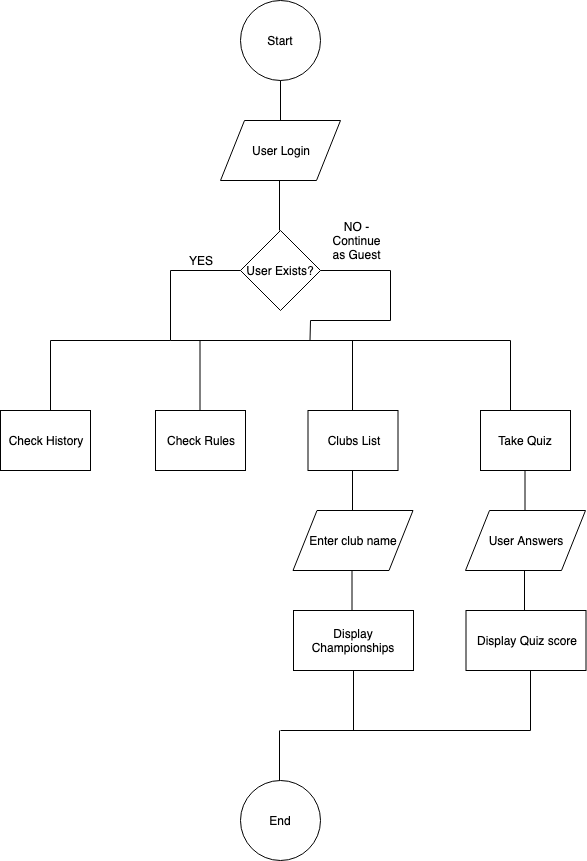
The draw.io diagram Flowchart.png in pankajpawar2/Footy-Terminal-App, before a commit. Source tidied: cells renumbered, new cells last; positions are measured from the earlier drawing's top-left corner, leaving out a move shared by most shapes. Source of this version:
```xml
<mxGraphModel>
  <root>
    <mxCell id="0" />
    <mxCell id="1" parent="0" />
    <mxCell id="2" value="Start" style="ellipse;whiteSpace=wrap;html=1;" parent="1" vertex="1">
      <mxGeometry x="240" width="80" height="80" as="geometry" />
    </mxCell>
    <mxCell id="3" style="endArrow=none;html=1;" parent="1" edge="1">
      <mxGeometry relative="1" as="geometry">
        <mxPoint x="280" y="120" as="sourcePoint" />
        <mxPoint x="280" y="80" as="targetPoint" />
      </mxGeometry>
    </mxCell>
    <mxCell id="4" value="User Login" style="shape=parallelogram;perimeter=parallelogramPerimeter;whiteSpace=wrap;html=1;" parent="1" vertex="1">
      <mxGeometry x="220" y="120" width="120" height="60" as="geometry" />
    </mxCell>
    <mxCell id="5" style="endArrow=none;html=1;" parent="1" edge="1">
      <mxGeometry relative="1" as="geometry">
        <mxPoint x="279" y="230" as="sourcePoint" />
        <mxPoint x="279" y="180" as="targetPoint" />
      </mxGeometry>
    </mxCell>
    <mxCell id="6" value="User Exists?" style="rhombus;whiteSpace=wrap;html=1;" parent="1" vertex="1">
      <mxGeometry x="240" y="230" width="80" height="80" as="geometry" />
    </mxCell>
    <mxCell id="7" style="endArrow=none;html=1;" parent="1" edge="1">
      <mxGeometry relative="1" as="geometry">
        <mxPoint x="170" y="270" as="sourcePoint" />
        <mxPoint x="240" y="270" as="targetPoint" />
      </mxGeometry>
    </mxCell>
    <mxCell id="8" style="endArrow=none;html=1;" parent="1" edge="1">
      <mxGeometry relative="1" as="geometry">
        <mxPoint x="170" y="340" as="sourcePoint" />
        <mxPoint x="170" y="270" as="targetPoint" />
      </mxGeometry>
    </mxCell>
    <mxCell id="9" style="endArrow=none;html=1;" parent="1" edge="1">
      <mxGeometry relative="1" as="geometry">
        <mxPoint x="320" y="270" as="sourcePoint" />
        <mxPoint x="390" y="270" as="targetPoint" />
      </mxGeometry>
    </mxCell>
    <mxCell id="10" style="endArrow=none;html=1;" parent="1" edge="1">
      <mxGeometry relative="1" as="geometry">
        <mxPoint x="390" y="320" as="sourcePoint" />
        <mxPoint x="390" y="270" as="targetPoint" />
      </mxGeometry>
    </mxCell>
    <mxCell id="11" value="Check History" style="rounded=0;whiteSpace=wrap;html=1;" parent="1" vertex="1">
      <mxGeometry y="410" width="90" height="60" as="geometry" />
    </mxCell>
    <mxCell id="12" style="endArrow=none;html=1;" parent="1" edge="1">
      <mxGeometry relative="1" as="geometry">
        <mxPoint x="50" y="410" as="sourcePoint" />
        <mxPoint x="50" y="340" as="targetPoint" />
      </mxGeometry>
    </mxCell>
    <mxCell id="13" style="endArrow=none;html=1;" parent="1" edge="1">
      <mxGeometry relative="1" as="geometry">
        <mxPoint x="50" y="340" as="sourcePoint" />
        <mxPoint x="170" y="340" as="targetPoint" />
      </mxGeometry>
    </mxCell>
    <mxCell id="14" value="Check Rules" style="rounded=0;whiteSpace=wrap;html=1;" parent="1" vertex="1">
      <mxGeometry x="155" y="410" width="90" height="60" as="geometry" />
    </mxCell>
    <mxCell id="15" style="endArrow=none;html=1;" parent="1" edge="1">
      <mxGeometry relative="1" as="geometry">
        <mxPoint x="199.5" y="410" as="sourcePoint" />
        <mxPoint x="199.5" y="340" as="targetPoint" />
      </mxGeometry>
    </mxCell>
    <mxCell id="16" style="endArrow=none;html=1;" parent="1" edge="1">
      <mxGeometry relative="1" as="geometry">
        <mxPoint x="170" y="340" as="sourcePoint" />
        <mxPoint x="510" y="340" as="targetPoint" />
      </mxGeometry>
    </mxCell>
    <mxCell id="17" style="endArrow=none;html=1;" parent="1" edge="1">
      <mxGeometry relative="1" as="geometry">
        <mxPoint x="352" y="410" as="sourcePoint" />
        <mxPoint x="352" y="340" as="targetPoint" />
      </mxGeometry>
    </mxCell>
    <mxCell id="18" value="Clubs List" style="rounded=0;whiteSpace=wrap;html=1;" parent="1" vertex="1">
      <mxGeometry x="307.5" y="410" width="90" height="60" as="geometry" />
    </mxCell>
    <mxCell id="19" value="Take Quiz" style="rounded=0;whiteSpace=wrap;html=1;" parent="1" vertex="1">
      <mxGeometry x="480" y="410" width="90" height="60" as="geometry" />
    </mxCell>
    <mxCell id="20" value="YES" style="text;html=1;strokeColor=none;fillColor=none;align=center;verticalAlign=middle;whiteSpace=wrap;rounded=0;" parent="1" vertex="1">
      <mxGeometry x="180" y="250" width="40" height="20" as="geometry" />
    </mxCell>
    <mxCell id="21" value="NO - Continue as Guest" style="text;html=1;strokeColor=none;fillColor=none;align=center;verticalAlign=middle;whiteSpace=wrap;rounded=0;" parent="1" vertex="1">
      <mxGeometry x="336" y="225" width="40" height="30" as="geometry" />
    </mxCell>
    <mxCell id="22" style="endArrow=none;html=1;" parent="1" edge="1">
      <mxGeometry relative="1" as="geometry">
        <mxPoint x="310" y="320" as="sourcePoint" />
        <mxPoint x="390" y="320" as="targetPoint" />
      </mxGeometry>
    </mxCell>
    <mxCell id="23" style="endArrow=none;html=1;" parent="1" edge="1">
      <mxGeometry relative="1" as="geometry">
        <mxPoint x="309.5" y="340" as="sourcePoint" />
        <mxPoint x="310" y="320" as="targetPoint" />
      </mxGeometry>
    </mxCell>
    <mxCell id="24" style="endArrow=none;html=1;" parent="1" edge="1">
      <mxGeometry relative="1" as="geometry">
        <mxPoint x="510" y="410" as="sourcePoint" />
        <mxPoint x="510" y="340" as="targetPoint" />
      </mxGeometry>
    </mxCell>
    <mxCell id="25" style="endArrow=none;html=1;" parent="1" edge="1">
      <mxGeometry relative="1" as="geometry">
        <mxPoint x="352" y="510" as="sourcePoint" />
        <mxPoint x="352" y="470" as="targetPoint" />
      </mxGeometry>
    </mxCell>
    <mxCell id="26" value="Enter club name" style="shape=parallelogram;perimeter=parallelogramPerimeter;whiteSpace=wrap;html=1;" parent="1" vertex="1">
      <mxGeometry x="292.5" y="510" width="120" height="60" as="geometry" />
    </mxCell>
    <mxCell id="27" style="endArrow=none;html=1;" parent="1" edge="1">
      <mxGeometry relative="1" as="geometry">
        <mxPoint x="351.5" y="610" as="sourcePoint" />
        <mxPoint x="351.5" y="570" as="targetPoint" />
      </mxGeometry>
    </mxCell>
    <mxCell id="28" value="Display Championships" style="rounded=0;whiteSpace=wrap;html=1;" parent="1" vertex="1">
      <mxGeometry x="293" y="610" width="120" height="60" as="geometry" />
    </mxCell>
    <mxCell id="29" style="endArrow=none;html=1;" parent="1" edge="1">
      <mxGeometry relative="1" as="geometry">
        <mxPoint x="524.5" y="510" as="sourcePoint" />
        <mxPoint x="524.5" y="470" as="targetPoint" />
      </mxGeometry>
    </mxCell>
    <mxCell id="30" value="User Answers" style="shape=parallelogram;perimeter=parallelogramPerimeter;whiteSpace=wrap;html=1;" parent="1" vertex="1">
      <mxGeometry x="465" y="510" width="120" height="60" as="geometry" />
    </mxCell>
    <mxCell id="31" style="endArrow=none;html=1;" parent="1" edge="1">
      <mxGeometry relative="1" as="geometry">
        <mxPoint x="524" y="610" as="sourcePoint" />
        <mxPoint x="524" y="570" as="targetPoint" />
      </mxGeometry>
    </mxCell>
    <mxCell id="32" value="Display Quiz score" style="rounded=0;whiteSpace=wrap;html=1;" parent="1" vertex="1">
      <mxGeometry x="465.5" y="610" width="120" height="60" as="geometry" />
    </mxCell>
    <mxCell id="33" value="End" style="ellipse;whiteSpace=wrap;html=1;" parent="1" vertex="1">
      <mxGeometry x="240" y="780" width="80" height="80" as="geometry" />
    </mxCell>
    <mxCell id="34" style="endArrow=none;html=1;" parent="1" edge="1">
      <mxGeometry relative="1" as="geometry">
        <mxPoint x="280" y="730" as="sourcePoint" />
        <mxPoint x="530" y="730" as="targetPoint" />
      </mxGeometry>
    </mxCell>
    <mxCell id="35" style="endArrow=none;html=1;" parent="1" edge="1">
      <mxGeometry relative="1" as="geometry">
        <mxPoint x="353" y="730" as="sourcePoint" />
        <mxPoint x="353" y="670" as="targetPoint" />
      </mxGeometry>
    </mxCell>
    <mxCell id="36" style="endArrow=none;html=1;" parent="1" edge="1">
      <mxGeometry relative="1" as="geometry">
        <mxPoint x="530" y="730" as="sourcePoint" />
        <mxPoint x="530" y="670" as="targetPoint" />
      </mxGeometry>
    </mxCell>
    <mxCell id="37" style="endArrow=none;html=1;" parent="1" edge="1">
      <mxGeometry relative="1" as="geometry">
        <mxPoint x="279" y="780" as="sourcePoint" />
        <mxPoint x="279" y="730" as="targetPoint" />
      </mxGeometry>
    </mxCell>
  </root>
</mxGraphModel>
```
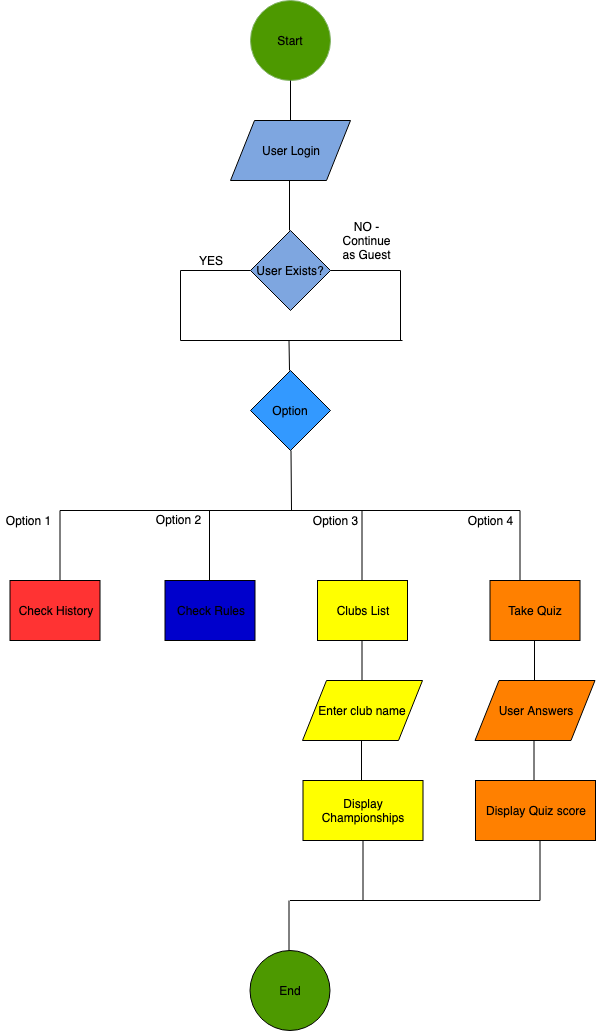
Above is the later version.

The edit, as a diff of the source:
```diff
@@ -2,52 +2,52 @@
   <root>
     <mxCell id="0" />
     <mxCell id="1" parent="0" />
-    <mxCell id="2" value="Start" style="ellipse;whiteSpace=wrap;html=1;" parent="1" vertex="1">
-      <mxGeometry x="240" width="80" height="80" as="geometry" />
+    <mxCell id="2" value="Start" style="ellipse;whiteSpace=wrap;html=1;fillColor=#4D9900;strokeColor=#82b366;" parent="1" vertex="1">
+      <mxGeometry x="240.5" y="-170" width="80" height="80" as="geometry" />
     </mxCell>
     <mxCell id="3" style="endArrow=none;html=1;" parent="1" edge="1">
       <mxGeometry relative="1" as="geometry">
-        <mxPoint x="280" y="120" as="sourcePoint" />
-        <mxPoint x="280" y="80" as="targetPoint" />
+        <mxPoint x="280.5" y="-50" as="sourcePoint" />
+        <mxPoint x="280.5" y="-90" as="targetPoint" />
       </mxGeometry>
     </mxCell>
-    <mxCell id="4" value="User Login" style="shape=parallelogram;perimeter=parallelogramPerimeter;whiteSpace=wrap;html=1;" parent="1" vertex="1">
-      <mxGeometry x="220" y="120" width="120" height="60" as="geometry" />
+    <mxCell id="4" value="User Login" style="shape=parallelogram;perimeter=parallelogramPerimeter;whiteSpace=wrap;html=1;fillColor=#7EA6E0;" parent="1" vertex="1">
+      <mxGeometry x="220.5" y="-50" width="120" height="60" as="geometry" />
     </mxCell>
     <mxCell id="5" style="endArrow=none;html=1;" parent="1" edge="1">
       <mxGeometry relative="1" as="geometry">
-        <mxPoint x="279" y="230" as="sourcePoint" />
-        <mxPoint x="279" y="180" as="targetPoint" />
+        <mxPoint x="279.5" y="60" as="sourcePoint" />
+        <mxPoint x="279.5" y="10" as="targetPoint" />
       </mxGeometry>
     </mxCell>
-    <mxCell id="6" value="User Exists?" style="rhombus;whiteSpace=wrap;html=1;" parent="1" vertex="1">
-      <mxGeometry x="240" y="230" width="80" height="80" as="geometry" />
+    <mxCell id="6" value="User Exists?" style="rhombus;whiteSpace=wrap;html=1;fillColor=#7EA6E0;" parent="1" vertex="1">
+      <mxGeometry x="240.5" y="60" width="80" height="80" as="geometry" />
     </mxCell>
     <mxCell id="7" style="endArrow=none;html=1;" parent="1" edge="1">
       <mxGeometry relative="1" as="geometry">
-        <mxPoint x="170" y="270" as="sourcePoint" />
-        <mxPoint x="240" y="270" as="targetPoint" />
+        <mxPoint x="170.5" y="100" as="sourcePoint" />
+        <mxPoint x="240.5" y="100" as="targetPoint" />
       </mxGeometry>
     </mxCell>
     <mxCell id="8" style="endArrow=none;html=1;" parent="1" edge="1">
       <mxGeometry relative="1" as="geometry">
-        <mxPoint x="170" y="340" as="sourcePoint" />
-        <mxPoint x="170" y="270" as="targetPoint" />
+        <mxPoint x="170.5" y="170" as="sourcePoint" />
+        <mxPoint x="170.5" y="100" as="targetPoint" />
       </mxGeometry>
     </mxCell>
     <mxCell id="9" style="endArrow=none;html=1;" parent="1" edge="1">
       <mxGeometry relative="1" as="geometry">
-        <mxPoint x="320" y="270" as="sourcePoint" />
-        <mxPoint x="390" y="270" as="targetPoint" />
+        <mxPoint x="320.5" y="100" as="sourcePoint" />
+        <mxPoint x="390.5" y="100" as="targetPoint" />
       </mxGeometry>
     </mxCell>
     <mxCell id="10" style="endArrow=none;html=1;" parent="1" edge="1">
       <mxGeometry relative="1" as="geometry">
-        <mxPoint x="390" y="320" as="sourcePoint" />
-        <mxPoint x="390" y="270" as="targetPoint" />
+        <mxPoint x="390.5" y="170" as="sourcePoint" />
+        <mxPoint x="390.5" y="100" as="targetPoint" />
       </mxGeometry>
     </mxCell>
-    <mxCell id="11" value="Check History" style="rounded=0;whiteSpace=wrap;html=1;" parent="1" vertex="1">
+    <mxCell id="11" value="Check History" style="rounded=0;whiteSpace=wrap;html=1;fillColor=#FF3333;" parent="1" vertex="1">
       <mxGeometry y="410" width="90" height="60" as="geometry" />
     </mxCell>
     <mxCell id="12" style="endArrow=none;html=1;" parent="1" edge="1">
@@ -62,7 +62,7 @@
         <mxPoint x="170" y="340" as="targetPoint" />
       </mxGeometry>
     </mxCell>
-    <mxCell id="14" value="Check Rules" style="rounded=0;whiteSpace=wrap;html=1;" parent="1" vertex="1">
+    <mxCell id="14" value="Check Rules" style="rounded=0;whiteSpace=wrap;html=1;fillColor=#0000CC;" parent="1" vertex="1">
       <mxGeometry x="155" y="410" width="90" height="60" as="geometry" />
     </mxCell>
     <mxCell id="15" style="endArrow=none;html=1;" parent="1" edge="1">
@@ -83,30 +83,24 @@
         <mxPoint x="352" y="340" as="targetPoint" />
       </mxGeometry>
     </mxCell>
-    <mxCell id="18" value="Clubs List" style="rounded=0;whiteSpace=wrap;html=1;" parent="1" vertex="1">
+    <mxCell id="18" value="Clubs List" style="rounded=0;whiteSpace=wrap;html=1;fillColor=#FFFF00;" parent="1" vertex="1">
       <mxGeometry x="307.5" y="410" width="90" height="60" as="geometry" />
     </mxCell>
-    <mxCell id="19" value="Take Quiz" style="rounded=0;whiteSpace=wrap;html=1;" parent="1" vertex="1">
+    <mxCell id="19" value="Take Quiz" style="rounded=0;whiteSpace=wrap;html=1;fillColor=#FF8000;" parent="1" vertex="1">
       <mxGeometry x="480" y="410" width="90" height="60" as="geometry" />
     </mxCell>
     <mxCell id="20" value="YES" style="text;html=1;strokeColor=none;fillColor=none;align=center;verticalAlign=middle;whiteSpace=wrap;rounded=0;" parent="1" vertex="1">
-      <mxGeometry x="180" y="250" width="40" height="20" as="geometry" />
+      <mxGeometry x="180.5" y="80" width="40" height="20" as="geometry" />
     </mxCell>
     <mxCell id="21" value="NO - Continue as Guest" style="text;html=1;strokeColor=none;fillColor=none;align=center;verticalAlign=middle;whiteSpace=wrap;rounded=0;" parent="1" vertex="1">
-      <mxGeometry x="336" y="225" width="40" height="30" as="geometry" />
+      <mxGeometry x="336.5" y="55" width="40" height="30" as="geometry" />
     </mxCell>
     <mxCell id="22" style="endArrow=none;html=1;" parent="1" edge="1">
       <mxGeometry relative="1" as="geometry">
-        <mxPoint x="310" y="320" as="sourcePoint" />
-        <mxPoint x="390" y="320" as="targetPoint" />
+        <mxPoint x="170.5" y="170" as="sourcePoint" />
+        <mxPoint x="392.5" y="170" as="targetPoint" />
       </mxGeometry>
     </mxCell>
-    <mxCell id="23" style="endArrow=none;html=1;" parent="1" edge="1">
-      <mxGeometry relative="1" as="geometry">
-        <mxPoint x="309.5" y="340" as="sourcePoint" />
-        <mxPoint x="310" y="320" as="targetPoint" />
-      </mxGeometry>
-    </mxCell>
     <mxCell id="24" style="endArrow=none;html=1;" parent="1" edge="1">
       <mxGeometry relative="1" as="geometry">
         <mxPoint x="510" y="410" as="sourcePoint" />
@@ -119,7 +113,7 @@
         <mxPoint x="352" y="470" as="targetPoint" />
       </mxGeometry>
     </mxCell>
-    <mxCell id="26" value="Enter club name" style="shape=parallelogram;perimeter=parallelogramPerimeter;whiteSpace=wrap;html=1;" parent="1" vertex="1">
+    <mxCell id="26" value="Enter club name" style="shape=parallelogram;perimeter=parallelogramPerimeter;whiteSpace=wrap;html=1;fillColor=#FFFF00;" parent="1" vertex="1">
       <mxGeometry x="292.5" y="510" width="120" height="60" as="geometry" />
     </mxCell>
     <mxCell id="27" style="endArrow=none;html=1;" parent="1" edge="1">
@@ -128,7 +122,7 @@
         <mxPoint x="351.5" y="570" as="targetPoint" />
       </mxGeometry>
     </mxCell>
-    <mxCell id="28" value="Display Championships" style="rounded=0;whiteSpace=wrap;html=1;" parent="1" vertex="1">
+    <mxCell id="28" value="Display Championships" style="rounded=0;whiteSpace=wrap;html=1;fillColor=#FFFF00;" parent="1" vertex="1">
       <mxGeometry x="293" y="610" width="120" height="60" as="geometry" />
     </mxCell>
     <mxCell id="29" style="endArrow=none;html=1;" parent="1" edge="1">
@@ -137,7 +131,7 @@
         <mxPoint x="524.5" y="470" as="targetPoint" />
       </mxGeometry>
     </mxCell>
-    <mxCell id="30" value="User Answers" style="shape=parallelogram;perimeter=parallelogramPerimeter;whiteSpace=wrap;html=1;" parent="1" vertex="1">
+    <mxCell id="30" value="User Answers" style="shape=parallelogram;perimeter=parallelogramPerimeter;whiteSpace=wrap;html=1;fillColor=#FF8000;" parent="1" vertex="1">
       <mxGeometry x="465" y="510" width="120" height="60" as="geometry" />
     </mxCell>
     <mxCell id="31" style="endArrow=none;html=1;" parent="1" edge="1">
@@ -146,10 +140,10 @@
         <mxPoint x="524" y="570" as="targetPoint" />
       </mxGeometry>
     </mxCell>
-    <mxCell id="32" value="Display Quiz score" style="rounded=0;whiteSpace=wrap;html=1;" parent="1" vertex="1">
+    <mxCell id="32" value="Display Quiz score" style="rounded=0;whiteSpace=wrap;html=1;fillColor=#FF8000;" parent="1" vertex="1">
       <mxGeometry x="465.5" y="610" width="120" height="60" as="geometry" />
     </mxCell>
-    <mxCell id="33" value="End" style="ellipse;whiteSpace=wrap;html=1;" parent="1" vertex="1">
+    <mxCell id="33" value="End" style="ellipse;whiteSpace=wrap;html=1;fillColor=#4D9900;" parent="1" vertex="1">
       <mxGeometry x="240" y="780" width="80" height="80" as="geometry" />
     </mxCell>
     <mxCell id="34" style="endArrow=none;html=1;" parent="1" edge="1">
@@ -176,5 +170,32 @@
         <mxPoint x="279" y="730" as="targetPoint" />
       </mxGeometry>
     </mxCell>
+    <mxCell id="38" style="endArrow=none;html=1;" parent="1" edge="1">
+      <mxGeometry relative="1" as="geometry">
+        <mxPoint x="279.5" y="200" as="sourcePoint" />
+        <mxPoint x="279" y="170" as="targetPoint" />
+      </mxGeometry>
+    </mxCell>
+    <mxCell id="39" value="Option" style="rhombus;whiteSpace=wrap;html=1;fillColor=#3399FF;" parent="1" vertex="1">
+      <mxGeometry x="240.5" y="200" width="80" height="80" as="geometry" />
+    </mxCell>
+    <mxCell id="40" style="endArrow=none;html=1;" parent="1" edge="1">
+      <mxGeometry relative="1" as="geometry">
+        <mxPoint x="281.5" y="340" as="sourcePoint" />
+        <mxPoint x="281" y="280" as="targetPoint" />
+      </mxGeometry>
+    </mxCell>
+    <mxCell id="41" value="Option 1" style="text;html=1;strokeColor=none;fillColor=none;align=center;verticalAlign=middle;whiteSpace=wrap;rounded=0;" parent="1" vertex="1">
+      <mxGeometry x="-9.5" y="340" width="55" height="20" as="geometry" />
+    </mxCell>
+    <mxCell id="42" value="Option 2" style="text;html=1;strokeColor=none;fillColor=none;align=center;verticalAlign=middle;whiteSpace=wrap;rounded=0;" parent="1" vertex="1">
+      <mxGeometry x="140.5" y="339" width="55" height="20" as="geometry" />
+    </mxCell>
+    <mxCell id="43" value="Option 3" style="text;html=1;strokeColor=none;fillColor=none;align=center;verticalAlign=middle;whiteSpace=wrap;rounded=0;" parent="1" vertex="1">
+      <mxGeometry x="297.5" y="340" width="55" height="20" as="geometry" />
+    </mxCell>
+    <mxCell id="44" value="Option 4" style="text;html=1;strokeColor=none;fillColor=none;align=center;verticalAlign=middle;whiteSpace=wrap;rounded=0;" parent="1" vertex="1">
+      <mxGeometry x="452.5" y="340" width="55" height="20" as="geometry" />
+    </mxCell>
   </root>
 </mxGraphModel>
```
